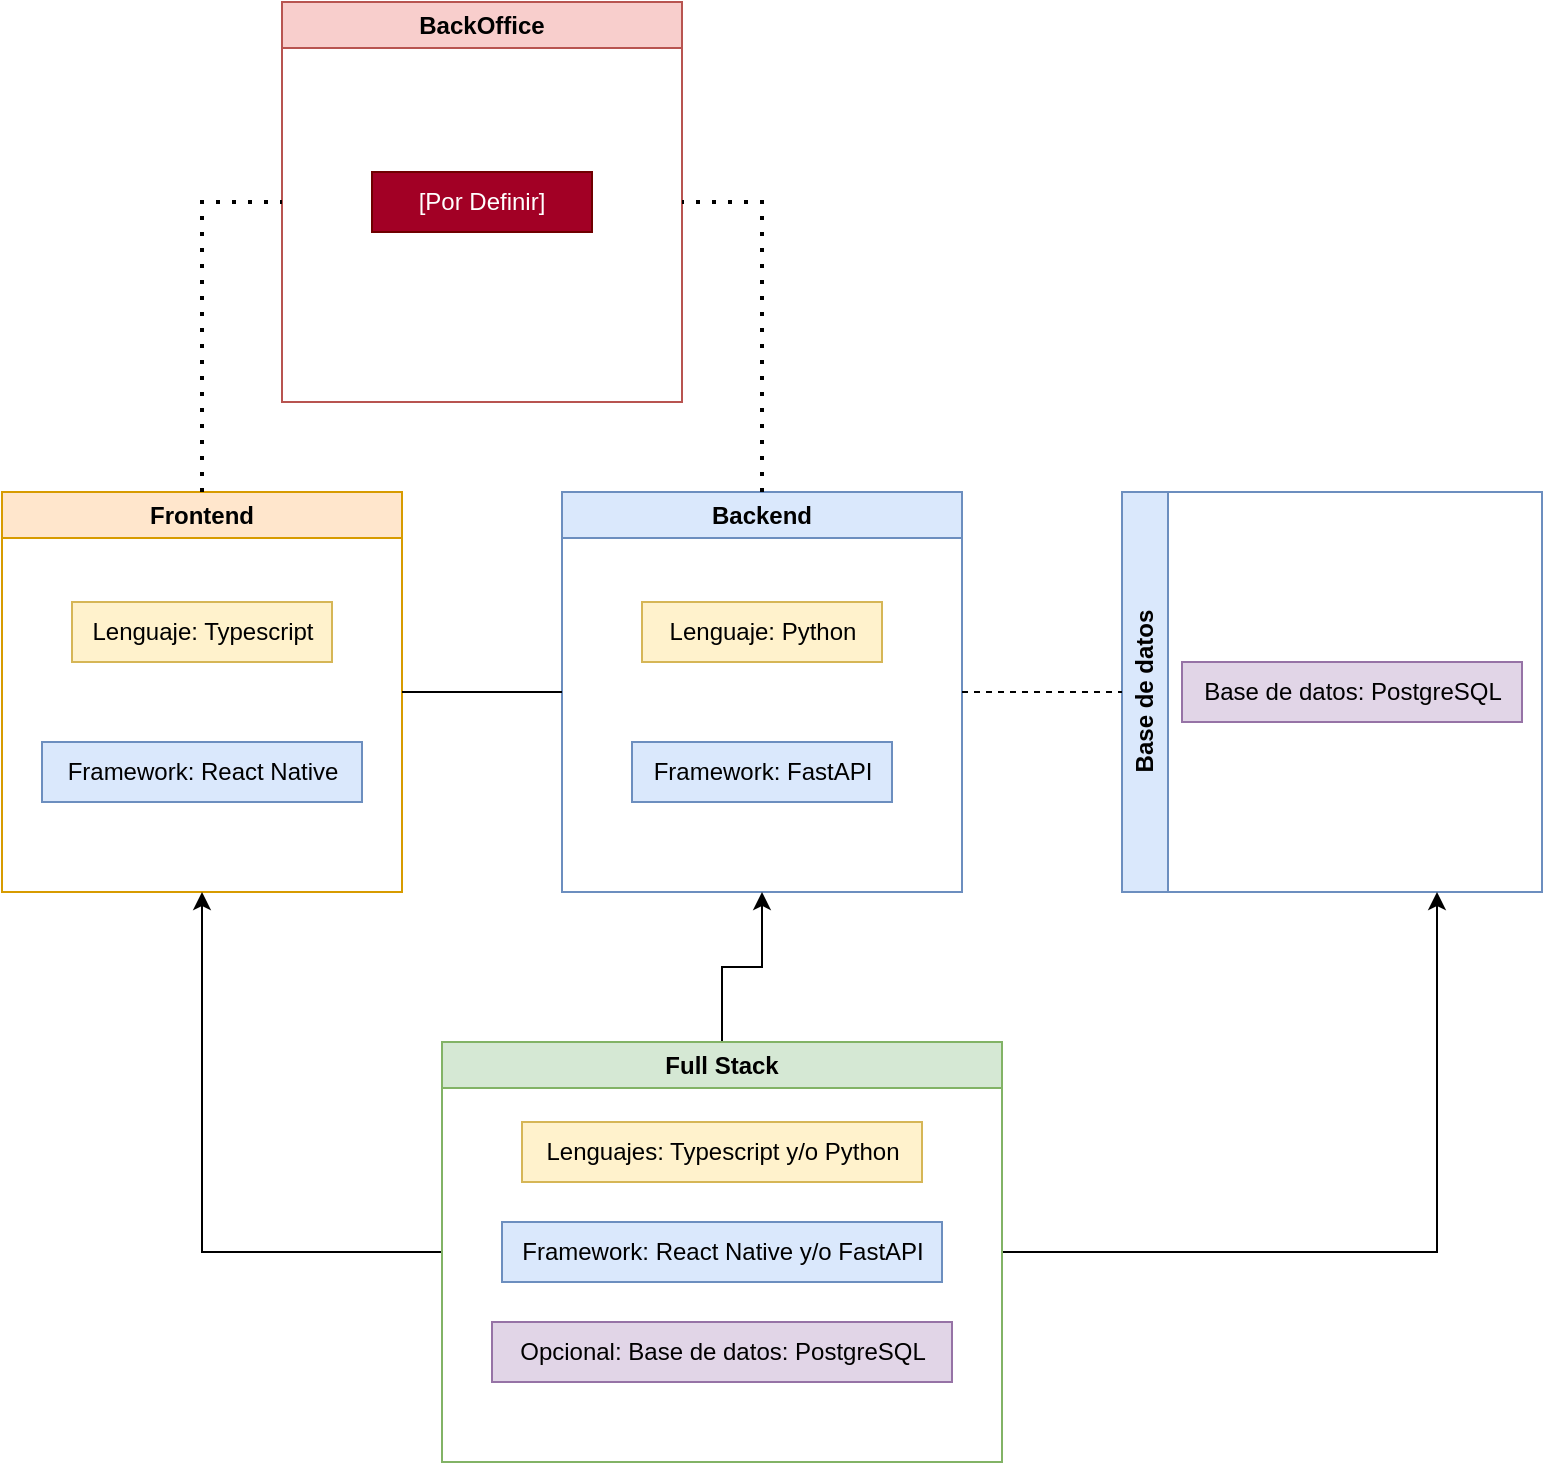
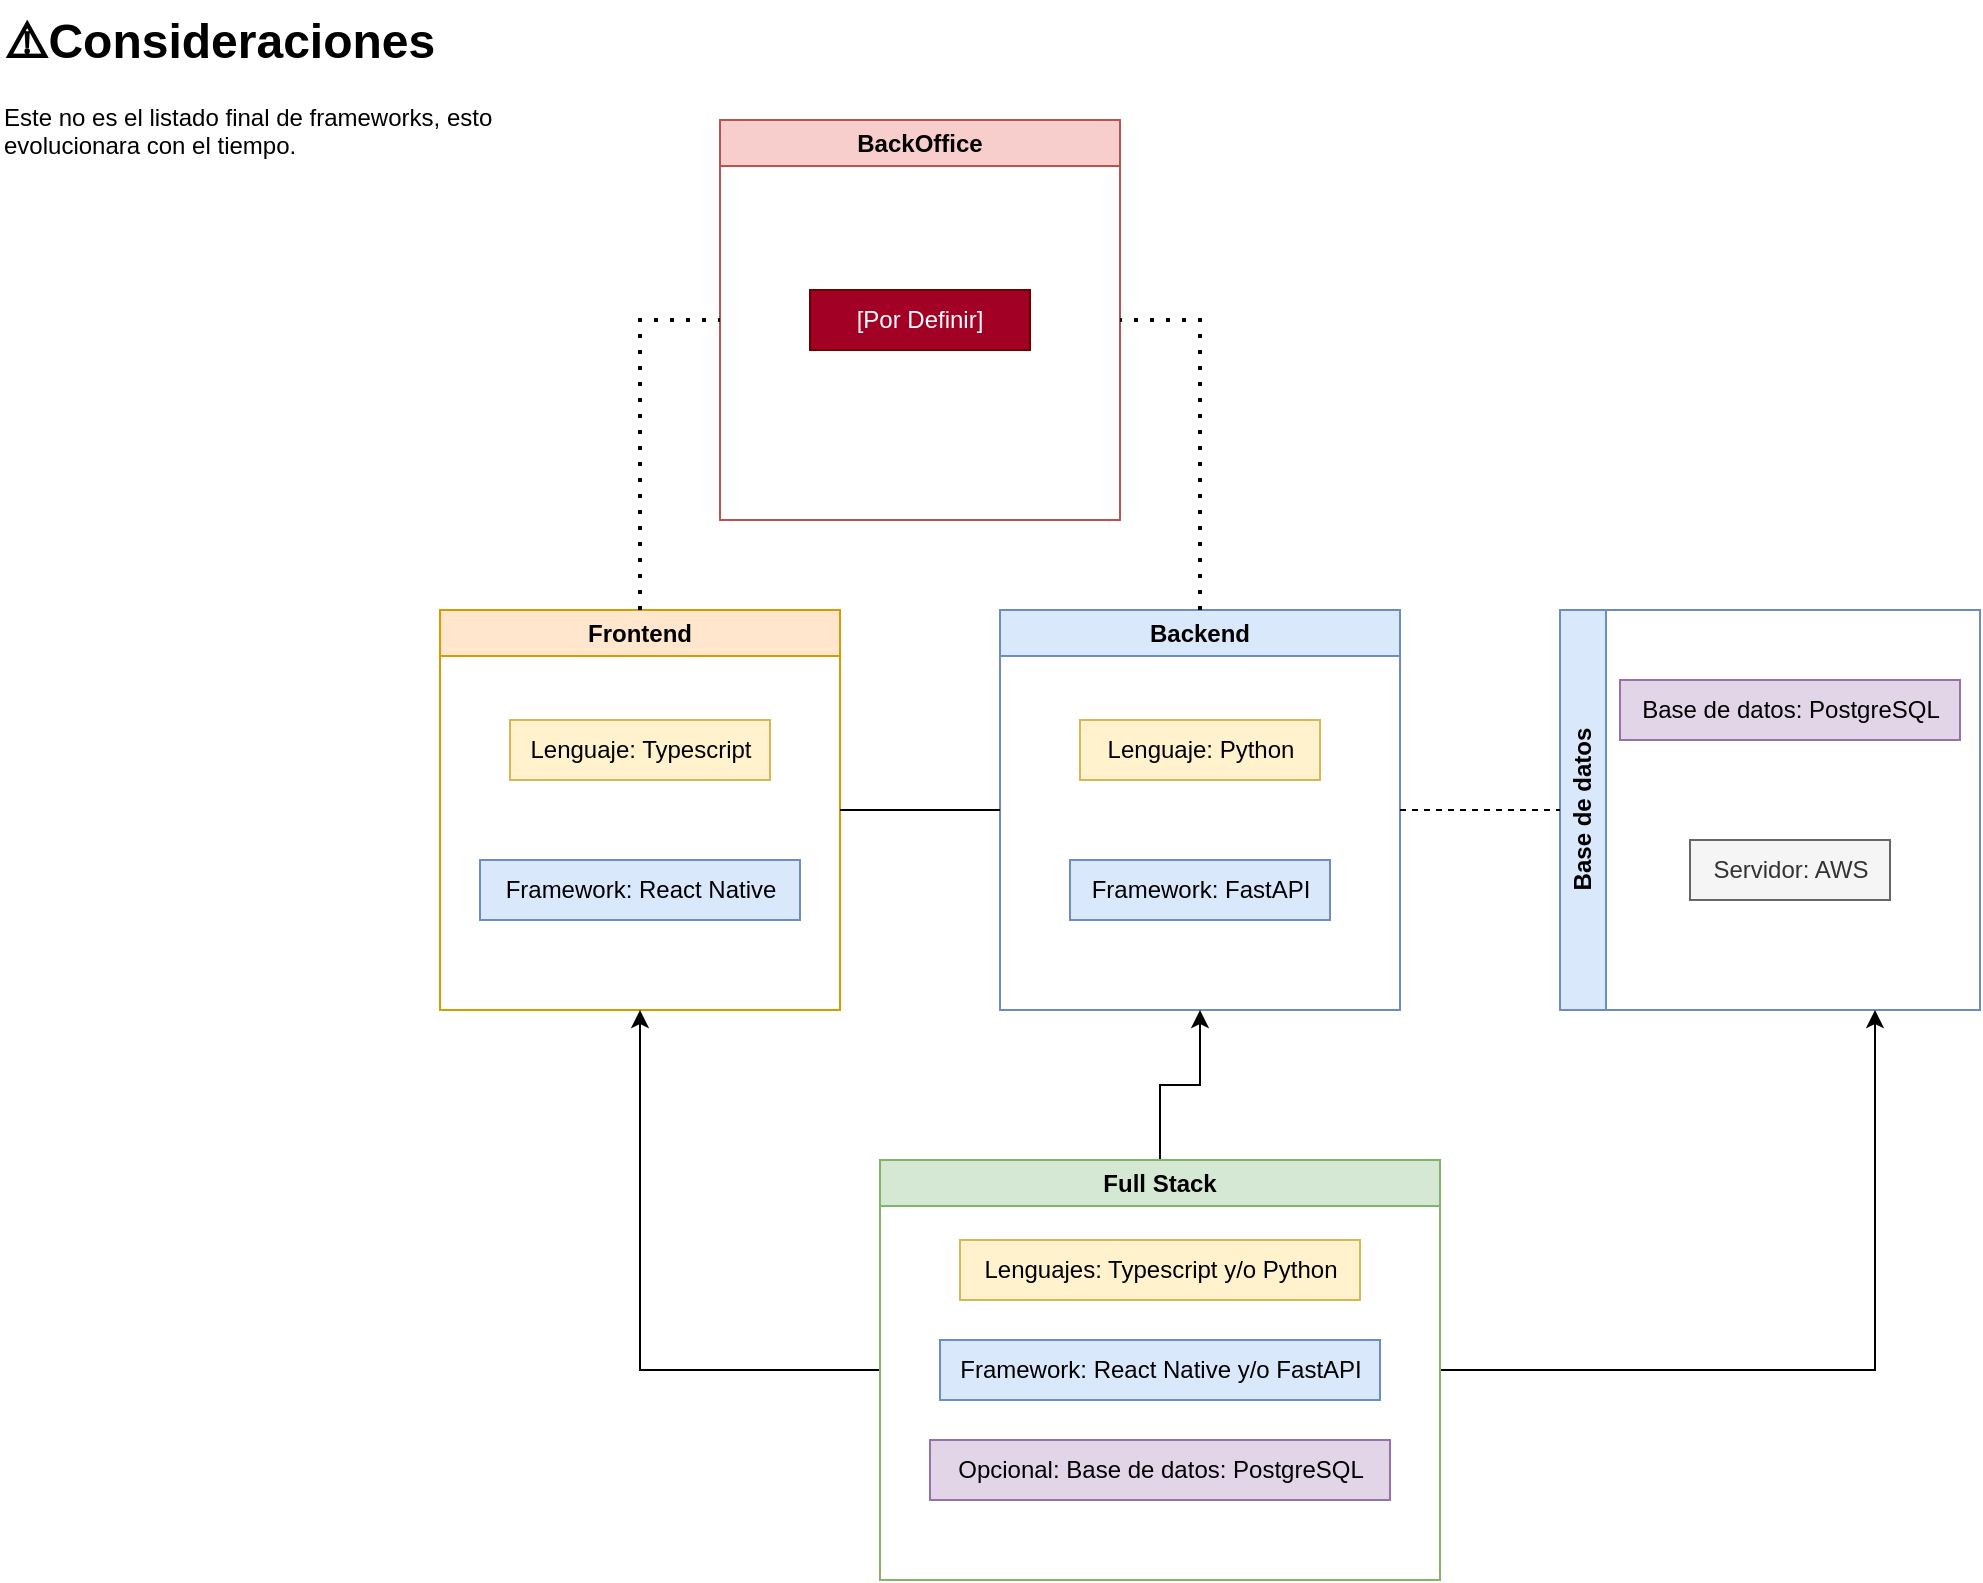
<mxfile host="app.diagrams.net" agent="Mozilla/5.0 (Windows NT 10.0; Win64; x64; rv:136.0) Gecko/20100101 Firefox/136.0" version="26.1.3">
  <diagram name="Page-1" id="5f0bae14-7c28-e335-631c-24af17079c00">
    <mxGraphModel dx="893" dy="674" grid="1" gridSize="10" guides="1" tooltips="1" connect="1" arrows="1" fold="1" page="1" pageScale="1" pageWidth="1100" pageHeight="850" background="none" math="0" shadow="0">
      <root>
        <mxCell id="0" />
        <mxCell id="1" parent="0" />
        <mxCell id="GHSZqHKe280tCcFjGG4P-3" value="&lt;div&gt;Frontend&lt;/div&gt;" style="swimlane;whiteSpace=wrap;html=1;startSize=23;fillColor=#ffe6cc;strokeColor=#d79b00;" parent="1" vertex="1">
          <mxGeometry x="240" y="325" width="200" height="200" as="geometry" />
        </mxCell>
        <mxCell id="GHSZqHKe280tCcFjGG4P-30" value="Lenguaje: Typescript" style="text;html=1;align=center;verticalAlign=middle;resizable=0;points=[];autosize=1;strokeColor=#d6b656;fillColor=#fff2cc;" parent="GHSZqHKe280tCcFjGG4P-3" vertex="1">
          <mxGeometry x="35" y="55" width="130" height="30" as="geometry" />
        </mxCell>
        <mxCell id="GHSZqHKe280tCcFjGG4P-31" value="&lt;div&gt;Framework: React Native&lt;/div&gt;" style="text;html=1;align=center;verticalAlign=middle;resizable=0;points=[];autosize=1;strokeColor=#6c8ebf;fillColor=#dae8fc;" parent="GHSZqHKe280tCcFjGG4P-3" vertex="1">
          <mxGeometry x="20" y="125" width="160" height="30" as="geometry" />
        </mxCell>
        <mxCell id="GHSZqHKe280tCcFjGG4P-8" value="&lt;div&gt;Backend&lt;/div&gt;" style="swimlane;whiteSpace=wrap;html=1;fillColor=#dae8fc;strokeColor=#6c8ebf;" parent="1" vertex="1">
          <mxGeometry x="520" y="325" width="200" height="200" as="geometry" />
        </mxCell>
        <mxCell id="GHSZqHKe280tCcFjGG4P-26" value="&lt;div&gt;Lenguaje: Python&lt;/div&gt;" style="text;html=1;align=center;verticalAlign=middle;resizable=0;points=[];autosize=1;strokeColor=#d6b656;fillColor=#fff2cc;" parent="GHSZqHKe280tCcFjGG4P-8" vertex="1">
          <mxGeometry x="40" y="55" width="120" height="30" as="geometry" />
        </mxCell>
        <mxCell id="GHSZqHKe280tCcFjGG4P-28" value="&lt;div&gt;Framework: FastAPI&lt;/div&gt;" style="text;html=1;align=center;verticalAlign=middle;resizable=0;points=[];autosize=1;strokeColor=#6c8ebf;fillColor=#dae8fc;" parent="GHSZqHKe280tCcFjGG4P-8" vertex="1">
          <mxGeometry x="35" y="125" width="130" height="30" as="geometry" />
        </mxCell>
        <mxCell id="GHSZqHKe280tCcFjGG4P-9" value="BackOffice" style="swimlane;whiteSpace=wrap;html=1;fillColor=#f8cecc;strokeColor=#b85450;" parent="1" vertex="1">
          <mxGeometry x="380" y="80" width="200" height="200" as="geometry" />
        </mxCell>
        <mxCell id="GHSZqHKe280tCcFjGG4P-33" value="[Por Definir]" style="text;html=1;align=center;verticalAlign=middle;whiteSpace=wrap;rounded=0;fillColor=#a20025;fontColor=#ffffff;strokeColor=#6F0000;" parent="GHSZqHKe280tCcFjGG4P-9" vertex="1">
          <mxGeometry x="45" y="85" width="110" height="30" as="geometry" />
        </mxCell>
        <mxCell id="GHSZqHKe280tCcFjGG4P-10" value="Base de datos" style="swimlane;horizontal=0;whiteSpace=wrap;html=1;fillColor=#dae8fc;strokeColor=#6c8ebf;" parent="1" vertex="1">
          <mxGeometry x="800" y="325" width="210" height="200" as="geometry" />
        </mxCell>
        <mxCell id="GHSZqHKe280tCcFjGG4P-32" value="Base de datos: PostgreSQL" style="text;html=1;align=center;verticalAlign=middle;resizable=0;points=[];autosize=1;strokeColor=#9673a6;fillColor=#e1d5e7;" parent="GHSZqHKe280tCcFjGG4P-10" vertex="1">
-           <mxGeometry x="30" y="85" width="170" height="30" as="geometry" />
+           <mxGeometry x="30" y="35" width="170" height="30" as="geometry" />
+         </mxCell>
+         <mxCell id="unBNjvJRPo2GrpM0oRp7-13" value="Servidor: AWS" style="text;html=1;align=center;verticalAlign=middle;resizable=0;points=[];autosize=1;strokeColor=#666666;fillColor=#f5f5f5;fontColor=#333333;" vertex="1" parent="GHSZqHKe280tCcFjGG4P-10">
+           <mxGeometry x="65" y="115" width="100" height="30" as="geometry" />
        </mxCell>
        <mxCell id="GHSZqHKe280tCcFjGG4P-15" value="" style="endArrow=none;html=1;rounded=0;entryX=0;entryY=0.5;entryDx=0;entryDy=0;exitX=1;exitY=0.5;exitDx=0;exitDy=0;dashed=1;" parent="1" source="GHSZqHKe280tCcFjGG4P-8" target="GHSZqHKe280tCcFjGG4P-10" edge="1">
          <mxGeometry width="50" height="50" relative="1" as="geometry">
            <mxPoint x="730" y="425" as="sourcePoint" />
            <mxPoint x="770" y="380" as="targetPoint" />
          </mxGeometry>
        </mxCell>
        <mxCell id="GHSZqHKe280tCcFjGG4P-17" value="" style="endArrow=none;html=1;rounded=0;exitX=1;exitY=0.5;exitDx=0;exitDy=0;entryX=0;entryY=0.5;entryDx=0;entryDy=0;" parent="1" source="GHSZqHKe280tCcFjGG4P-3" target="GHSZqHKe280tCcFjGG4P-8" edge="1">
          <mxGeometry width="50" height="50" relative="1" as="geometry">
            <mxPoint x="480" y="330" as="sourcePoint" />
            <mxPoint x="530" y="280" as="targetPoint" />
            <Array as="points" />
          </mxGeometry>
        </mxCell>
        <mxCell id="GHSZqHKe280tCcFjGG4P-22" value="" style="endArrow=none;dashed=1;html=1;dashPattern=1 3;strokeWidth=2;rounded=0;exitX=0.5;exitY=0;exitDx=0;exitDy=0;entryX=0;entryY=0.5;entryDx=0;entryDy=0;" parent="1" source="GHSZqHKe280tCcFjGG4P-3" target="GHSZqHKe280tCcFjGG4P-9" edge="1">
          <mxGeometry width="50" height="50" relative="1" as="geometry">
            <mxPoint x="480" y="330" as="sourcePoint" />
            <mxPoint x="530" y="280" as="targetPoint" />
            <Array as="points">
              <mxPoint x="340" y="180" />
            </Array>
          </mxGeometry>
        </mxCell>
        <mxCell id="GHSZqHKe280tCcFjGG4P-24" value="" style="endArrow=none;dashed=1;html=1;dashPattern=1 3;strokeWidth=2;rounded=0;exitX=0.5;exitY=0;exitDx=0;exitDy=0;entryX=1;entryY=0.5;entryDx=0;entryDy=0;" parent="1" source="GHSZqHKe280tCcFjGG4P-8" target="GHSZqHKe280tCcFjGG4P-9" edge="1">
          <mxGeometry width="50" height="50" relative="1" as="geometry">
            <mxPoint x="480" y="330" as="sourcePoint" />
            <mxPoint x="530" y="280" as="targetPoint" />
            <Array as="points">
              <mxPoint x="620" y="180" />
            </Array>
          </mxGeometry>
        </mxCell>
        <mxCell id="unBNjvJRPo2GrpM0oRp7-6" style="edgeStyle=orthogonalEdgeStyle;rounded=0;orthogonalLoop=1;jettySize=auto;html=1;entryX=0.5;entryY=1;entryDx=0;entryDy=0;" edge="1" parent="1" source="unBNjvJRPo2GrpM0oRp7-3" target="GHSZqHKe280tCcFjGG4P-3">
          <mxGeometry relative="1" as="geometry" />
        </mxCell>
        <mxCell id="unBNjvJRPo2GrpM0oRp7-7" style="edgeStyle=orthogonalEdgeStyle;rounded=0;orthogonalLoop=1;jettySize=auto;html=1;exitX=0.5;exitY=0;exitDx=0;exitDy=0;entryX=0.5;entryY=1;entryDx=0;entryDy=0;" edge="1" parent="1" source="unBNjvJRPo2GrpM0oRp7-3" target="GHSZqHKe280tCcFjGG4P-8">
          <mxGeometry relative="1" as="geometry" />
        </mxCell>
        <mxCell id="unBNjvJRPo2GrpM0oRp7-8" style="edgeStyle=orthogonalEdgeStyle;rounded=0;orthogonalLoop=1;jettySize=auto;html=1;exitX=1;exitY=0.5;exitDx=0;exitDy=0;entryX=0.75;entryY=1;entryDx=0;entryDy=0;" edge="1" parent="1" source="unBNjvJRPo2GrpM0oRp7-3" target="GHSZqHKe280tCcFjGG4P-10">
          <mxGeometry relative="1" as="geometry" />
        </mxCell>
        <mxCell id="unBNjvJRPo2GrpM0oRp7-3" value="Full Stack" style="swimlane;whiteSpace=wrap;html=1;startSize=23;fillColor=#d5e8d4;strokeColor=#82b366;" vertex="1" parent="1">
          <mxGeometry x="460" y="600" width="280" height="210" as="geometry" />
        </mxCell>
        <mxCell id="unBNjvJRPo2GrpM0oRp7-4" value="Lenguajes: Typescript y/o Python" style="text;html=1;align=center;verticalAlign=middle;resizable=0;points=[];autosize=1;strokeColor=#d6b656;fillColor=#fff2cc;" vertex="1" parent="unBNjvJRPo2GrpM0oRp7-3">
          <mxGeometry x="40" y="40" width="200" height="30" as="geometry" />
        </mxCell>
        <mxCell id="unBNjvJRPo2GrpM0oRp7-5" value="&lt;div&gt;Framework: React Native y/o FastAPI&lt;/div&gt;" style="text;html=1;align=center;verticalAlign=middle;resizable=0;points=[];autosize=1;strokeColor=#6c8ebf;fillColor=#dae8fc;" vertex="1" parent="unBNjvJRPo2GrpM0oRp7-3">
          <mxGeometry x="30" y="90" width="220" height="30" as="geometry" />
        </mxCell>
        <mxCell id="unBNjvJRPo2GrpM0oRp7-9" value="Opcional: Base de datos: PostgreSQL" style="text;html=1;align=center;verticalAlign=middle;resizable=0;points=[];autosize=1;strokeColor=#9673a6;fillColor=#e1d5e7;" vertex="1" parent="unBNjvJRPo2GrpM0oRp7-3">
          <mxGeometry x="25" y="140" width="230" height="30" as="geometry" />
        </mxCell>
+         <mxCell id="unBNjvJRPo2GrpM0oRp7-10" value="&lt;h1 style=&quot;margin-top: 0px;&quot;&gt;⚠️Consideraciones&lt;/h1&gt;&lt;p&gt;Este no es el listado final de frameworks, esto evolucionara con el tiempo.&lt;/p&gt;" style="text;html=1;whiteSpace=wrap;overflow=hidden;rounded=0;" vertex="1" parent="1">
+           <mxGeometry x="20" y="20" width="250" height="150" as="geometry" />
+         </mxCell>
      </root>
    </mxGraphModel>
  </diagram>
</mxfile>
